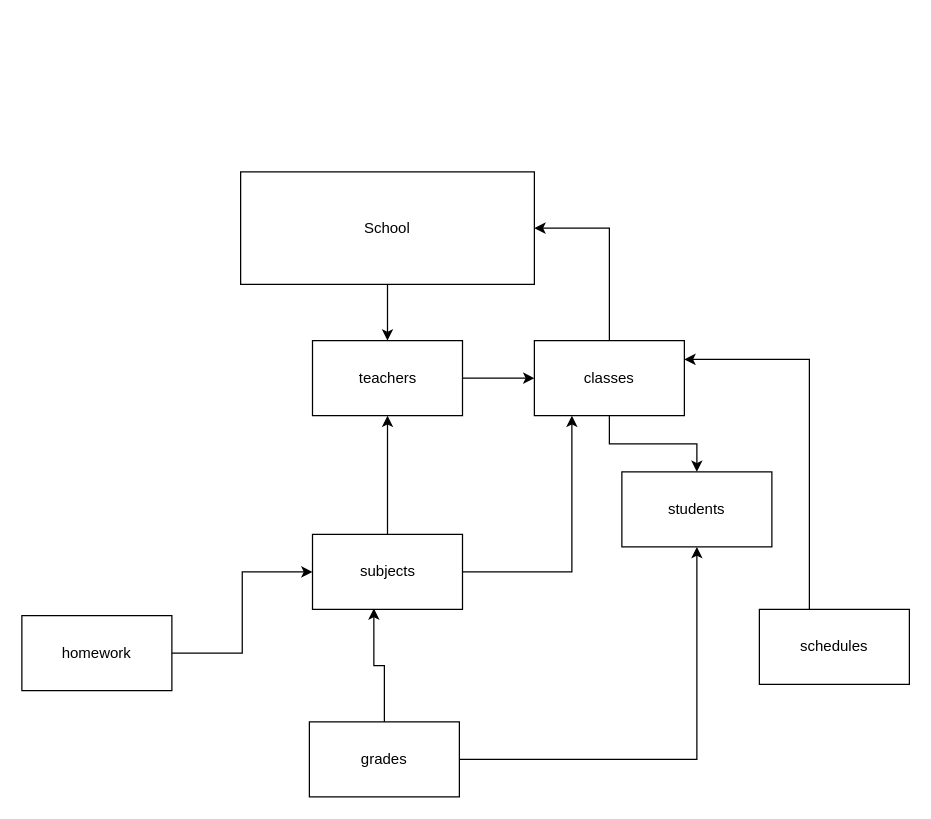
This is docu/ER-Diagram.drawio from BenjaminSchneider97/Java-GroupProject-01, a draw.io file, before an edit. Source tidied: cells renumbered, new cells numbered last; positions are measured from the earlier drawing's top-left corner, leaving out a move shared by most shapes. Both pictures are drawn from the tidied source at 125%, with x=0, y=0 at pixel (21, 171).
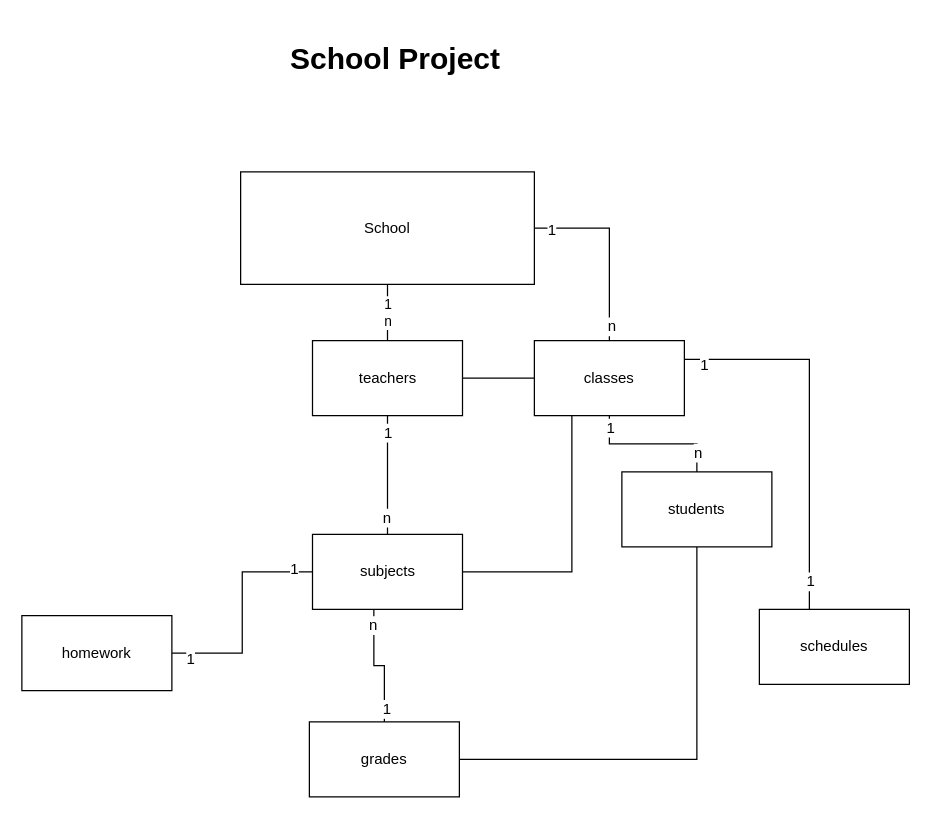
After the change.

The change refers to these unchanged cells:
```xml
<mxCell id="3" value="School" style="rounded=0;whiteSpace=wrap;html=1;" parent="1" vertex="1">
  <mxGeometry x="175" width="235" height="90" as="geometry" />
</mxCell>
<mxCell id="4" value="students" style="rounded=0;whiteSpace=wrap;html=1;" parent="1" vertex="1">
  <mxGeometry x="480" y="240" width="120" height="60" as="geometry" />
</mxCell>
<mxCell id="6" value="teachers" style="rounded=0;whiteSpace=wrap;html=1;" parent="1" vertex="1">
  <mxGeometry x="232.5" y="135" width="120" height="60" as="geometry" />
</mxCell>
<mxCell id="9" value="grades" style="rounded=0;whiteSpace=wrap;html=1;" parent="1" vertex="1">
  <mxGeometry x="230" y="440" width="120" height="60" as="geometry" />
</mxCell>
<mxCell id="12" value="subjects" style="rounded=0;whiteSpace=wrap;html=1;" parent="1" vertex="1">
  <mxGeometry x="232.5" y="290" width="120" height="60" as="geometry" />
</mxCell>
<mxCell id="15" value="classes&lt;br&gt;" style="rounded=0;whiteSpace=wrap;html=1;" parent="1" vertex="1">
  <mxGeometry x="410" y="135" width="120" height="60" as="geometry" />
</mxCell>
<mxCell id="17" value="homework" style="rounded=0;whiteSpace=wrap;html=1;" parent="1" vertex="1">
  <mxGeometry y="355" width="120" height="60" as="geometry" />
</mxCell>
<mxCell id="19" value="schedules" style="rounded=0;whiteSpace=wrap;html=1;" parent="1" vertex="1">
  <mxGeometry x="590" y="350" width="120" height="60" as="geometry" />
</mxCell>
```

What changed in the source:
```diff
@@
-    <mxCell id="2" style="edgeStyle=orthogonalEdgeStyle;rounded=0;jettySize=auto;html=1;" parent="1" edge="1" source="3" target="6">
+    <mxCell id="2" value="1&lt;br&gt;n&lt;br&gt;" style="edgeStyle=orthogonalEdgeStyle;rounded=0;jettySize=auto;html=1;endArrow=none;endFill=0;" parent="1" edge="1" source="3" target="6">
       <mxGeometry relative="1" as="geometry" />
     </mxCell>
@@
-    <mxCell id="5" style="edgeStyle=orthogonalEdgeStyle;rounded=0;jettySize=auto;html=1;" parent="1" edge="1" source="6" target="15">
+    <mxCell id="5" style="edgeStyle=orthogonalEdgeStyle;rounded=0;jettySize=auto;html=1;endArrow=none;endFill=0;" parent="1" edge="1" source="6" target="15">
       <mxGeometry relative="1" as="geometry" />
     </mxCell>
@@
-    <mxCell id="7" style="edgeStyle=orthogonalEdgeStyle;rounded=0;jettySize=auto;html=1;entryX=0.409;entryY=0.987;entryDx=0;entryDy=0;entryPerimeter=0;" parent="1" edge="1" source="9" target="12">
+    <mxCell id="7" style="edgeStyle=orthogonalEdgeStyle;rounded=0;jettySize=auto;html=1;entryX=0.409;entryY=0.987;entryDx=0;entryDy=0;entryPerimeter=0;endArrow=none;endFill=0;" parent="1" edge="1" source="9" target="12">
       <mxGeometry relative="1" as="geometry" />
     </mxCell>
+    <mxCell id="20" value="n" style="text;html=1;align=center;verticalAlign=middle;labelBackgroundColor=#ffffff;" parent="7" vertex="1">
+      <mxGeometry x="0.73" y="1" relative="1" as="geometry" />
+    </mxCell>
+    <mxCell id="21" value="1" style="text;html=1;align=center;verticalAlign=middle;labelBackgroundColor=#ffffff;" parent="7" vertex="1">
+      <mxGeometry x="-0.78" y="-1" relative="1" as="geometry" />
+    </mxCell>
-    <mxCell id="8" style="edgeStyle=orthogonalEdgeStyle;rounded=0;jettySize=auto;html=1;entryX=0.5;entryY=1;entryDx=0;entryDy=0;" parent="1" edge="1" source="9" target="4">
+    <mxCell id="8" style="edgeStyle=orthogonalEdgeStyle;rounded=0;jettySize=auto;html=1;entryX=0.5;entryY=1;entryDx=0;entryDy=0;endArrow=none;endFill=0;" parent="1" edge="1" source="9" target="4">
       <mxGeometry relative="1" as="geometry" />
     </mxCell>
@@
-    <mxCell id="10" style="edgeStyle=orthogonalEdgeStyle;rounded=0;jettySize=auto;html=1;entryX=0.25;entryY=1;entryDx=0;entryDy=0;" parent="1" edge="1" source="12" target="15">
+    <mxCell id="10" style="edgeStyle=orthogonalEdgeStyle;rounded=0;jettySize=auto;html=1;entryX=0.25;entryY=1;entryDx=0;entryDy=0;endArrow=none;endFill=0;" parent="1" edge="1" source="12" target="15">
       <mxGeometry relative="1" as="geometry">
         <Array as="points">
           <mxPoint x="440" y="320" />
         </Array>
       </mxGeometry>
     </mxCell>
-    <mxCell id="11" style="edgeStyle=orthogonalEdgeStyle;rounded=0;jettySize=auto;html=1;" parent="1" edge="1" source="12" target="6">
-      <mxGeometry relative="1" as="geometry" />
+    <mxCell id="11" style="edgeStyle=orthogonalEdgeStyle;rounded=0;jettySize=auto;html=1;endArrow=none;endFill=0;" parent="1" edge="1" source="12" target="6">
+      <mxGeometry relative="1" as="geometry">
+        <Array as="points">
+          <mxPoint x="293" y="280" />
+          <mxPoint x="293" y="280" />
+        </Array>
+      </mxGeometry>
     </mxCell>
+    <mxCell id="22" value="1" style="text;html=1;align=center;verticalAlign=middle;labelBackgroundColor=#ffffff;" parent="11" vertex="1">
+      <mxGeometry x="0.73" relative="1" as="geometry" />
+    </mxCell>
+    <mxCell id="23" value="n" style="text;html=1;align=center;verticalAlign=middle;labelBackgroundColor=#ffffff;" parent="11" vertex="1">
+      <mxGeometry x="-0.7" y="1" relative="1" as="geometry" />
+    </mxCell>
@@
-    <mxCell id="13" style="edgeStyle=orthogonalEdgeStyle;rounded=0;jettySize=auto;html=1;" parent="1" edge="1" source="15" target="4">
+    <mxCell id="13" style="edgeStyle=orthogonalEdgeStyle;rounded=0;jettySize=auto;html=1;endArrow=none;endFill=0;" parent="1" edge="1" source="15" target="4">
       <mxGeometry relative="1" as="geometry" />
     </mxCell>
+    <mxCell id="24" value="1" style="text;html=1;align=center;verticalAlign=middle;labelBackgroundColor=#ffffff;" parent="13" vertex="1">
+      <mxGeometry x="-0.29" y="3" relative="1" as="geometry">
+        <mxPoint x="-18" y="-10" as="offset" />
+      </mxGeometry>
+    </mxCell>
+    <mxCell id="25" value="n" style="text;html=1;align=center;verticalAlign=middle;labelBackgroundColor=#ffffff;" parent="13" vertex="1">
+      <mxGeometry x="0.51" y="-1" relative="1" as="geometry">
+        <mxPoint x="6" y="6" as="offset" />
+      </mxGeometry>
+    </mxCell>
-    <mxCell id="14" style="edgeStyle=orthogonalEdgeStyle;rounded=0;jettySize=auto;html=1;entryX=1;entryY=0.5;entryDx=0;entryDy=0;" parent="1" edge="1" source="15" target="3">
+    <mxCell id="14" style="edgeStyle=orthogonalEdgeStyle;rounded=0;jettySize=auto;html=1;entryX=1;entryY=0.5;entryDx=0;entryDy=0;endArrow=none;endFill=0;" parent="1" edge="1" source="15" target="3">
       <mxGeometry relative="1" as="geometry" />
     </mxCell>
+    <mxCell id="26" value="1" style="text;html=1;align=center;verticalAlign=middle;labelBackgroundColor=#ffffff;" parent="14" vertex="1">
+      <mxGeometry x="0.83" y="1" relative="1" as="geometry" />
+    </mxCell>
+    <mxCell id="27" value="n" style="text;html=1;align=center;verticalAlign=middle;labelBackgroundColor=#ffffff;" parent="14" vertex="1">
+      <mxGeometry x="-0.84" y="-1" relative="1" as="geometry" />
+    </mxCell>
@@
-    <mxCell id="16" style="edgeStyle=orthogonalEdgeStyle;rounded=0;jettySize=auto;html=1;entryX=0;entryY=0.5;entryDx=0;entryDy=0;" parent="1" edge="1" source="17" target="12">
+    <mxCell id="16" style="edgeStyle=orthogonalEdgeStyle;rounded=0;jettySize=auto;html=1;entryX=0;entryY=0.5;entryDx=0;entryDy=0;endArrow=none;endFill=0;" parent="1" edge="1" source="17" target="12">
       <mxGeometry relative="1" as="geometry" />
     </mxCell>
+    <mxCell id="28" value="1" style="text;html=1;align=center;verticalAlign=middle;labelBackgroundColor=#ffffff;" parent="16" vertex="1">
+      <mxGeometry x="0.83" y="3" relative="1" as="geometry" />
+    </mxCell>
+    <mxCell id="29" value="1" style="text;html=1;align=center;verticalAlign=middle;labelBackgroundColor=#ffffff;" parent="16" vertex="1">
+      <mxGeometry x="-0.84" y="-4" relative="1" as="geometry" />
+    </mxCell>
@@
-    <mxCell id="18" style="edgeStyle=orthogonalEdgeStyle;rounded=0;jettySize=auto;html=1;entryX=1;entryY=0.25;entryDx=0;entryDy=0;" parent="1" edge="1" source="19" target="15">
+    <mxCell id="18" style="edgeStyle=orthogonalEdgeStyle;rounded=0;jettySize=auto;html=1;entryX=1;entryY=0.25;entryDx=0;entryDy=0;endArrow=none;endFill=0;" parent="1" edge="1" source="19" target="15">
       <mxGeometry relative="1" as="geometry">
         <Array as="points">
           <mxPoint x="630" y="150" />
         </Array>
       </mxGeometry>
     </mxCell>
+    <mxCell id="30" value="1" style="text;html=1;align=center;verticalAlign=middle;labelBackgroundColor=#ffffff;" parent="18" vertex="1">
+      <mxGeometry x="0.9" y="4" relative="1" as="geometry" />
+    </mxCell>
+    <mxCell id="31" value="1" style="text;html=1;align=center;verticalAlign=middle;labelBackgroundColor=#ffffff;" parent="18" vertex="1">
+      <mxGeometry x="-0.85" y="-3" relative="1" as="geometry">
+        <mxPoint x="-3" as="offset" />
+      </mxGeometry>
+    </mxCell>
@@
+    <mxCell id="32" value="&lt;h1&gt;School Project&lt;/h1&gt;" style="text;html=1;strokeColor=none;fillColor=none;spacing=5;spacingTop=-20;whiteSpace=wrap;overflow=hidden;rounded=0;" parent="1" vertex="1">
+      <mxGeometry x="210" y="-110" width="190" height="45" as="geometry" />
+    </mxCell>
```
